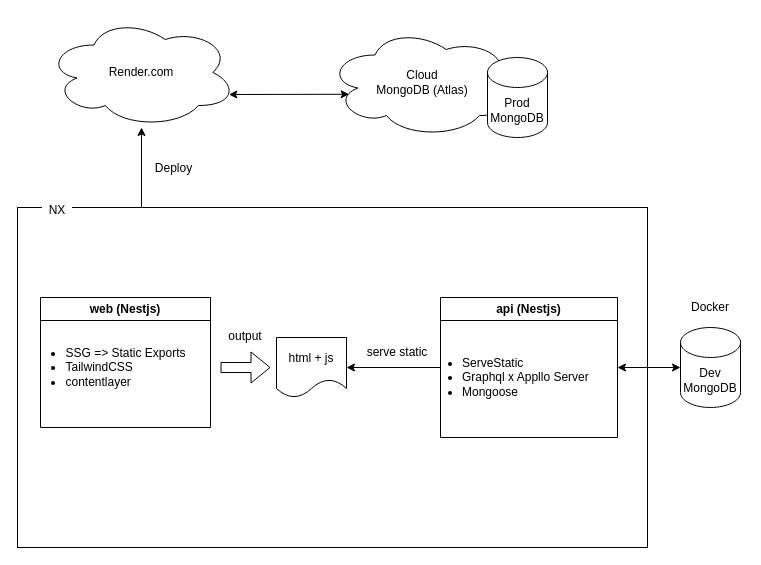
This is docs/architecture.drawio from atman-33/computing-atman-v4-mk2, a draw.io file, before an edit. Source tidied: cells renumbered, new cells numbered last; positions are measured from the earlier drawing's top-left corner, leaving out a move shared by most shapes. Both pictures are drawn from the tidied source at 100%, with x=0, y=0 at pixel (17, 17).
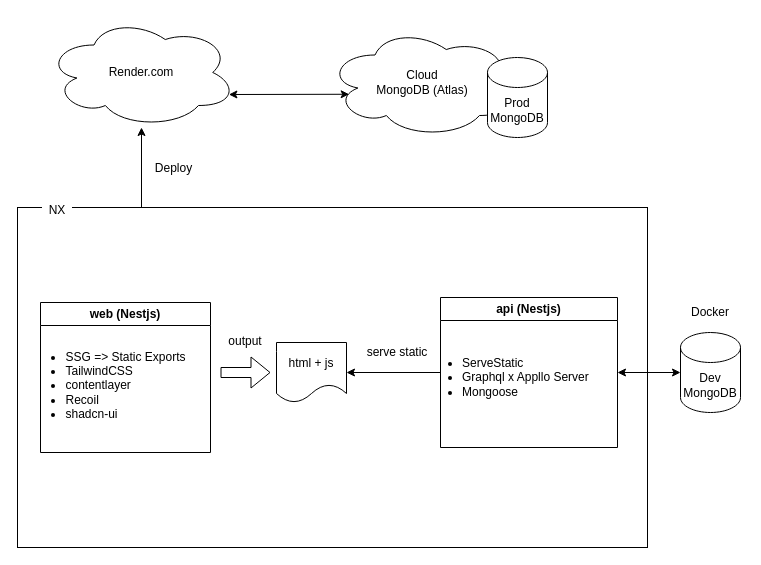
Above is the later version.

What changed in the source:
```diff
@@
     <mxCell id="5" value="Dev&lt;br&gt;MongoDB" style="shape=cylinder3;whiteSpace=wrap;html=1;boundedLbl=1;backgroundOutline=1;size=15;" parent="1" vertex="1">
-      <mxGeometry x="663" y="310" width="60" height="80" as="geometry" />
+      <mxGeometry x="663" y="315" width="60" height="80" as="geometry" />
     </mxCell>
@@
     <mxCell id="9" value="&lt;span style=&quot;&quot;&gt;Docker&lt;/span&gt;" style="text;html=1;strokeColor=none;fillColor=none;align=center;verticalAlign=middle;whiteSpace=wrap;rounded=0;dashed=1;spacing=0;labelPosition=center;verticalLabelPosition=middle;labelBackgroundColor=default;" parent="1" vertex="1">
-      <mxGeometry x="660" y="270" width="66" height="40" as="geometry" />
+      <mxGeometry x="660" y="275" width="66" height="40" as="geometry" />
     </mxCell>
@@
     <mxCell id="13" value="api (Nestjs)" style="swimlane;whiteSpace=wrap;html=1;" parent="1" vertex="1">
-      <mxGeometry x="423" y="280" width="177" height="140" as="geometry" />
+      <mxGeometry x="423" y="280" width="177" height="150" as="geometry" />
     </mxCell>
@@
     <mxCell id="15" value="web (Nestjs)" style="swimlane;whiteSpace=wrap;html=1;" parent="1" vertex="1">
-      <mxGeometry x="23" y="280" width="170" height="130" as="geometry" />
+      <mxGeometry x="23" y="285" width="170" height="150" as="geometry" />
     </mxCell>
-    <mxCell id="16" value="&lt;ul style=&quot;text-align: left;&quot;&gt;&lt;li&gt;SSG =&amp;gt; Static Exports&lt;/li&gt;&lt;li&gt;TailwindCSS&lt;/li&gt;&lt;li&gt;contentlayer&lt;/li&gt;&lt;/ul&gt;" style="text;html=1;align=center;verticalAlign=middle;strokeColor=none;fillColor=none;spacingLeft=-30;spacing=-10;" parent="15" vertex="1">
-      <mxGeometry x="15" y="35" width="130" height="70" as="geometry" />
+    <mxCell id="16" value="&lt;ul style=&quot;text-align: left;&quot;&gt;&lt;li&gt;SSG =&amp;gt; Static Exports&lt;/li&gt;&lt;li&gt;TailwindCSS&lt;/li&gt;&lt;li&gt;contentlayer&lt;/li&gt;&lt;li&gt;Recoil&lt;/li&gt;&lt;li&gt;shadcn-ui&lt;/li&gt;&lt;/ul&gt;" style="text;html=1;align=center;verticalAlign=middle;strokeColor=none;fillColor=none;spacingLeft=-30;spacing=-10;" parent="15" vertex="1">
+      <mxGeometry x="15" y="23" width="130" height="120" as="geometry" />
     </mxCell>
     <mxCell id="17" style="shape=flexArrow;endArrow=classic;html=1;" parent="1" edge="1">
       <mxGeometry relative="1" as="geometry">
-        <mxPoint x="203" y="350" as="sourcePoint" />
-        <mxPoint x="253" y="350" as="targetPoint" />
+        <mxPoint x="203" y="355" as="sourcePoint" />
+        <mxPoint x="253" y="355" as="targetPoint" />
       </mxGeometry>
     </mxCell>
     <mxCell id="18" value="output" style="text;html=1;strokeColor=none;fillColor=none;align=center;verticalAlign=middle;whiteSpace=wrap;rounded=0;dashed=1;spacing=0;labelPosition=center;verticalLabelPosition=middle;labelBackgroundColor=default;" parent="1" vertex="1">
-      <mxGeometry x="203" y="304" width="50" height="30" as="geometry" />
+      <mxGeometry x="203" y="309" width="50" height="30" as="geometry" />
     </mxCell>
     <mxCell id="19" value="html + js" style="shape=document;whiteSpace=wrap;html=1;boundedLbl=1;" parent="1" vertex="1">
-      <mxGeometry x="259" y="320" width="70" height="60" as="geometry" />
+      <mxGeometry x="259" y="325" width="70" height="60" as="geometry" />
     </mxCell>
```
